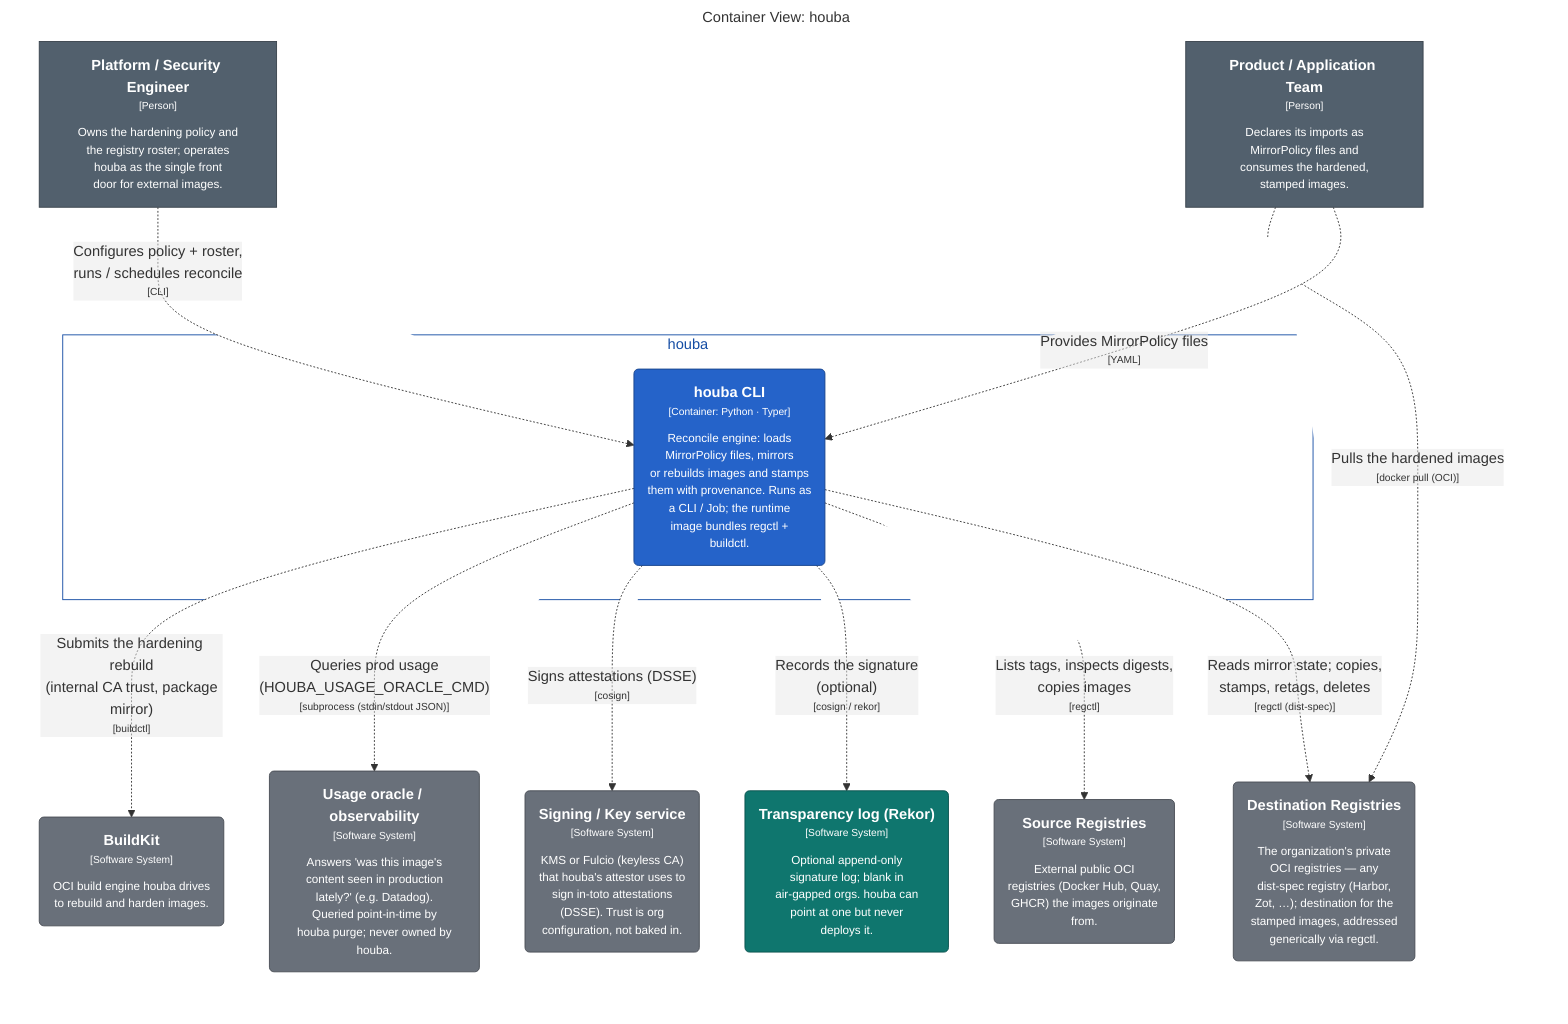
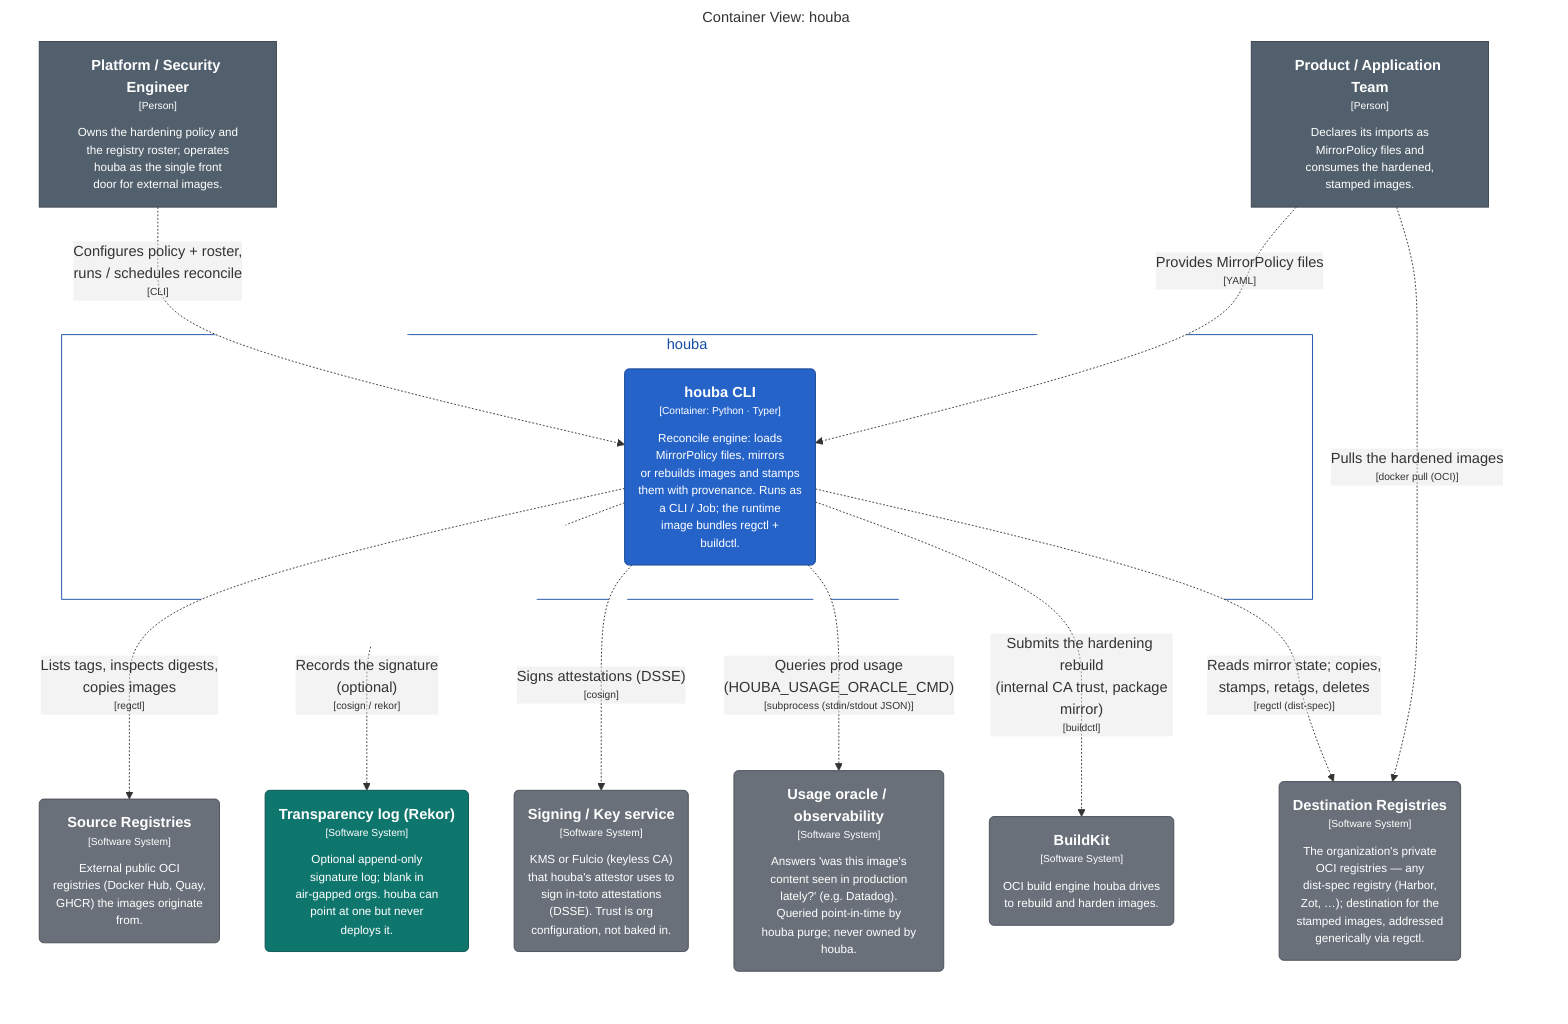
graph LR
  linkStyle default fill:#ffffff

  subgraph diagram ["Container View: houba"]
    style diagram fill:#ffffff,stroke:#ffffff

    1["<div style='font-weight: bold'>Platform / Security Engineer</div><div style='font-size: 70%; margin-top: 0px'>[Person]</div><div style='font-size: 80%; margin-top:10px'>Owns the hardening policy and<br />the registry roster; operates<br />houba as the single front<br />door for external images.</div>"]
    style 1 fill:#52606d,stroke:#39434c,color:#ffffff
    2["<div style='font-weight: bold'>Product / Application Team</div><div style='font-size: 70%; margin-top: 0px'>[Person]</div><div style='font-size: 80%; margin-top:10px'>Declares its imports as<br />MirrorPolicy files and<br />consumes the hardened,<br />stamped images.</div>"]
    style 2 fill:#52606d,stroke:#39434c,color:#ffffff
    38("<div style='font-weight: bold'>Source Registries</div><div style='font-size: 70%; margin-top: 0px'>[Software System]</div><div style='font-size: 80%; margin-top:10px'>External public OCI<br />registries (Docker Hub, Quay,<br />GHCR) the images originate<br />from.</div>")
    style 38 fill:#69707a,stroke:#494e55,color:#ffffff
    39("<div style='font-weight: bold'>Destination Registries</div><div style='font-size: 70%; margin-top: 0px'>[Software System]</div><div style='font-size: 80%; margin-top:10px'>The organization's private<br />OCI registries — any<br />dist-spec registry (Harbor,<br />Zot, …); destination for the<br />stamped images, addressed<br />generically via regctl.</div>")
    style 39 fill:#69707a,stroke:#494e55,color:#ffffff
    40("<div style='font-weight: bold'>BuildKit</div><div style='font-size: 70%; margin-top: 0px'>[Software System]</div><div style='font-size: 80%; margin-top:10px'>OCI build engine houba drives<br />to rebuild and harden images.</div>")
    style 40 fill:#69707a,stroke:#494e55,color:#ffffff
    44("<div style='font-weight: bold'>Usage oracle / observability</div><div style='font-size: 70%; margin-top: 0px'>[Software System]</div><div style='font-size: 80%; margin-top:10px'>Answers 'was this image's<br />content seen in production<br />lately?' (e.g. Datadog).<br />Queried point-in-time by<br />houba purge; never owned by<br />houba.</div>")
    style 44 fill:#69707a,stroke:#494e55,color:#ffffff
    45("<div style='font-weight: bold'>Signing / Key service</div><div style='font-size: 70%; margin-top: 0px'>[Software System]</div><div style='font-size: 80%; margin-top:10px'>KMS or Fulcio (keyless CA)<br />that houba's attestor uses to<br />sign in-toto attestations<br />(DSSE). Trust is org<br />configuration, not baked in.</div>")
    style 45 fill:#69707a,stroke:#494e55,color:#ffffff
    46("<div style='font-weight: bold'>Transparency log (Rekor)</div><div style='font-size: 70%; margin-top: 0px'>[Software System]</div><div style='font-size: 80%; margin-top:10px'>Optional append-only<br />signature log; blank in<br />air-gapped orgs. houba can<br />point at one but never<br />deploys it.</div>")
    style 46 fill:#0f766e,stroke:#0a524d,color:#ffffff

    subgraph 4 ["houba"]
      style 4 fill:#ffffff,stroke:#154da4,color:#154da4

      5("<div style='font-weight: bold'>houba CLI</div><div style='font-size: 70%; margin-top: 0px'>[Container: Python · Typer]</div><div style='font-size: 80%; margin-top:10px'>Reconcile engine: loads<br />MirrorPolicy files, mirrors<br />or rebuilds images and stamps<br />them with provenance. Runs as<br />a CLI / Job; the runtime<br />image bundles regctl +<br />buildctl.</div>")
      style 5 fill:#2563c9,stroke:#19458c,color:#ffffff
    end

+     5-. "<div>Reads mirror state; copies,<br />stamps, retags, deletes</div><div style='font-size: 70%'>[regctl (dist-spec)]</div>" .->39
    5-. "<div>Submits the hardening rebuild<br />(internal CA trust, package<br />mirror)</div><div style='font-size: 70%'>[buildctl]</div>" .->40
    5-. "<div>Queries prod usage<br />(HOUBA_USAGE_ORACLE_CMD)</div><div style='font-size: 70%'>[subprocess (stdin/stdout JSON)]</div>" .->44
    5-. "<div>Signs attestations (DSSE)</div><div style='font-size: 70%'>[cosign]</div>" .->45
    5-. "<div>Records the signature<br />(optional)</div><div style='font-size: 70%'>[cosign / rekor]</div>" .->46
    2-. "<div>Pulls the hardened images</div><div style='font-size: 70%'>[docker pull (OCI)]</div>" .->39
    1-. "<div>Configures policy + roster,<br />runs / schedules reconcile</div><div style='font-size: 70%'>[CLI]</div>" .->5
    2-. "<div>Provides MirrorPolicy files</div><div style='font-size: 70%'>[YAML]</div>" .->5
    5-. "<div>Lists tags, inspects digests,<br />copies images</div><div style='font-size: 70%'>[regctl]</div>" .->38
-     5-. "<div>Reads mirror state; copies,<br />stamps, retags, deletes</div><div style='font-size: 70%'>[regctl (dist-spec)]</div>" .->39

  end